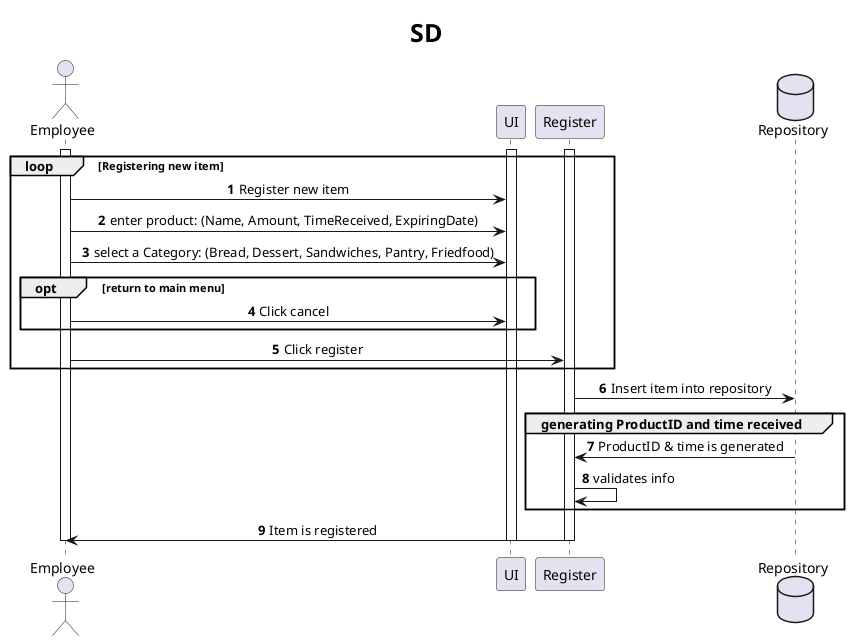
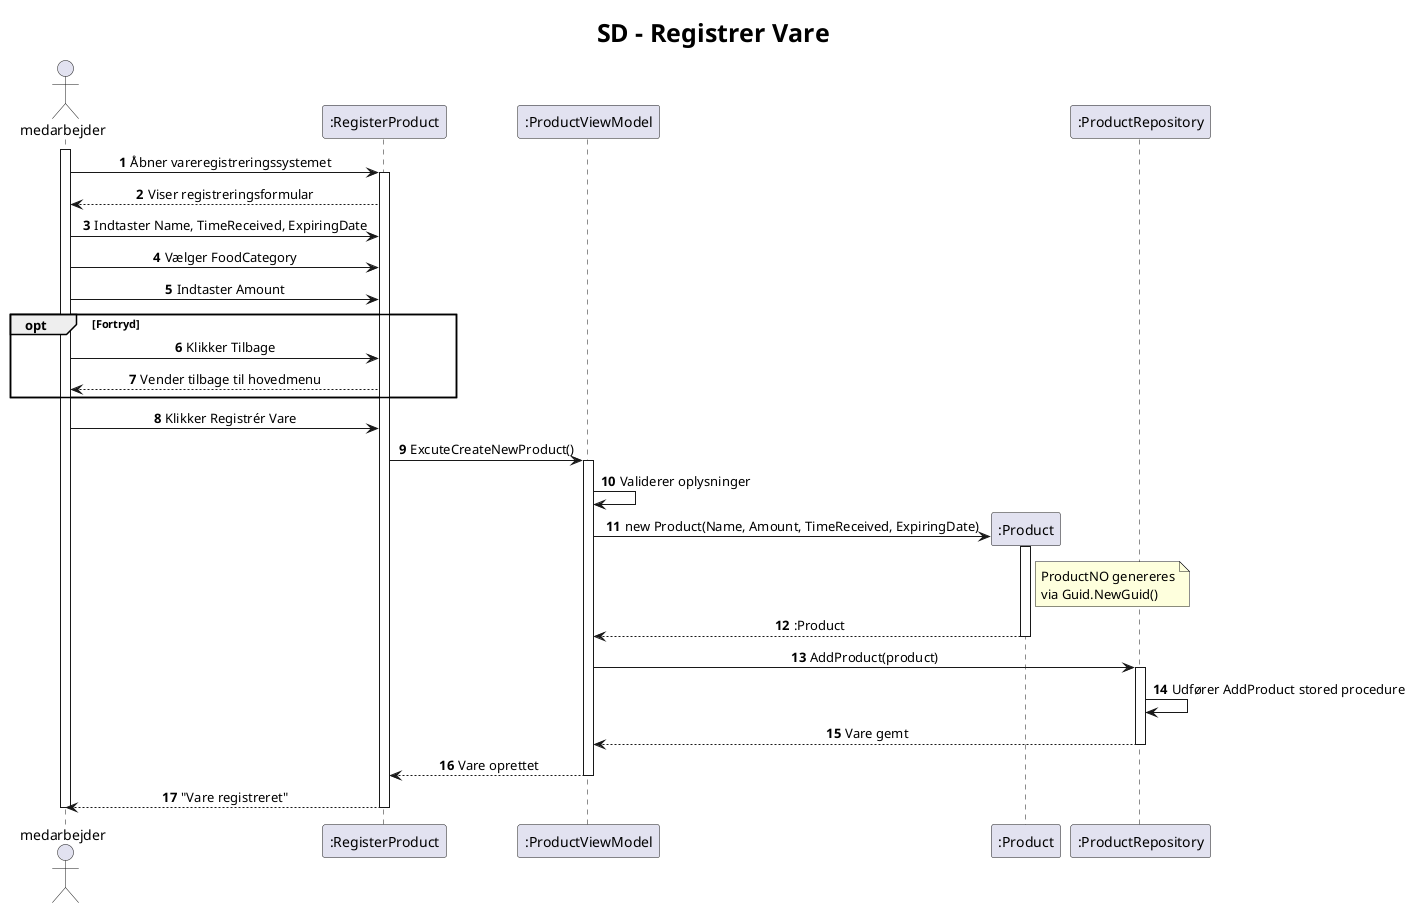
- @@startuml
-  Title SD
-  skinparam TitleFontSize 25
+ @startuml
+ title SD - Registrer Vare
+ skinparam TitleFontSize 25
skinparam sequenceMessageAlign Center
- actor Employee
- activate Employee
- activate UI

- activate Register
- participant UI
- participant Register
- database Repository
+ 
+ actor medarbejder
+ participant ":RegisterProduct" as rp
+ participant ":ProductViewModel" as pvm
+ participant ":Product" as p
+ participant ":ProductRepository" as repo
+ 

autonumber 1


- loop Registering new item
- Employee->UI: Register new item
- Employee->UI: enter product: (Name, Amount, TimeReceived, ExpiringDate)
- Employee->UI: select a Category: (Bread, Dessert, Sandwiches, Pantry, Friedfood)
- opt return to main menu
- Employee->UI: Click cancel
- end
- Employee->Register: Click register
- 
- end
- Register->Repository: Insert item into repository
- group generating ProductID and time received
- Repository->Register: ProductID & time is generated
- Register->Register: validates info
- end
- Register->Employee: Item is registered
+ activate medarbejder


- 
- deactivate Employee
- deactivate UI
- deactivate Register
+ medarbejder -> rp : Åbner vareregistreringssystemet
+ activate rp


+ rp --> medarbejder : Viser registreringsformular


+ medarbejder -> rp : Indtaster Name, TimeReceived, ExpiringDate
+ medarbejder -> rp : Vælger FoodCategory
+ medarbejder -> rp : Indtaster Amount


+ opt Fortryd
+     medarbejder -> rp : Klikker Tilbage
+     rp --> medarbejder : Vender tilbage til hovedmenu
+ end


- @@enduml
+ medarbejder -> rp : Klikker Registrér Vare
+ rp -> pvm : ExcuteCreateNewProduct()
+ activate pvm
+ 
+ 
+ pvm -> pvm : Validerer oplysninger
+ 
+ 
+ create p
+ pvm -> p : new Product(Name, Amount, TimeReceived, ExpiringDate)
+ activate p
+ note right of p : ProductNO genereres\nvia Guid.NewGuid()
+ p --> pvm : :Product
+ deactivate p
+ 
+ 
+ pvm -> repo : AddProduct(product)
+ activate repo
+ repo -> repo : Udfører AddProduct stored procedure
+ repo --> pvm : Vare gemt
+ deactivate repo
+ 
+ 
+ pvm --> rp : Vare oprettet
+ deactivate pvm
+ 
+ 
+ rp --> medarbejder : "Vare registreret"
+ deactivate rp
+ 
+ 
+ deactivate medarbejder
+ 
+ 
+ @enduml
